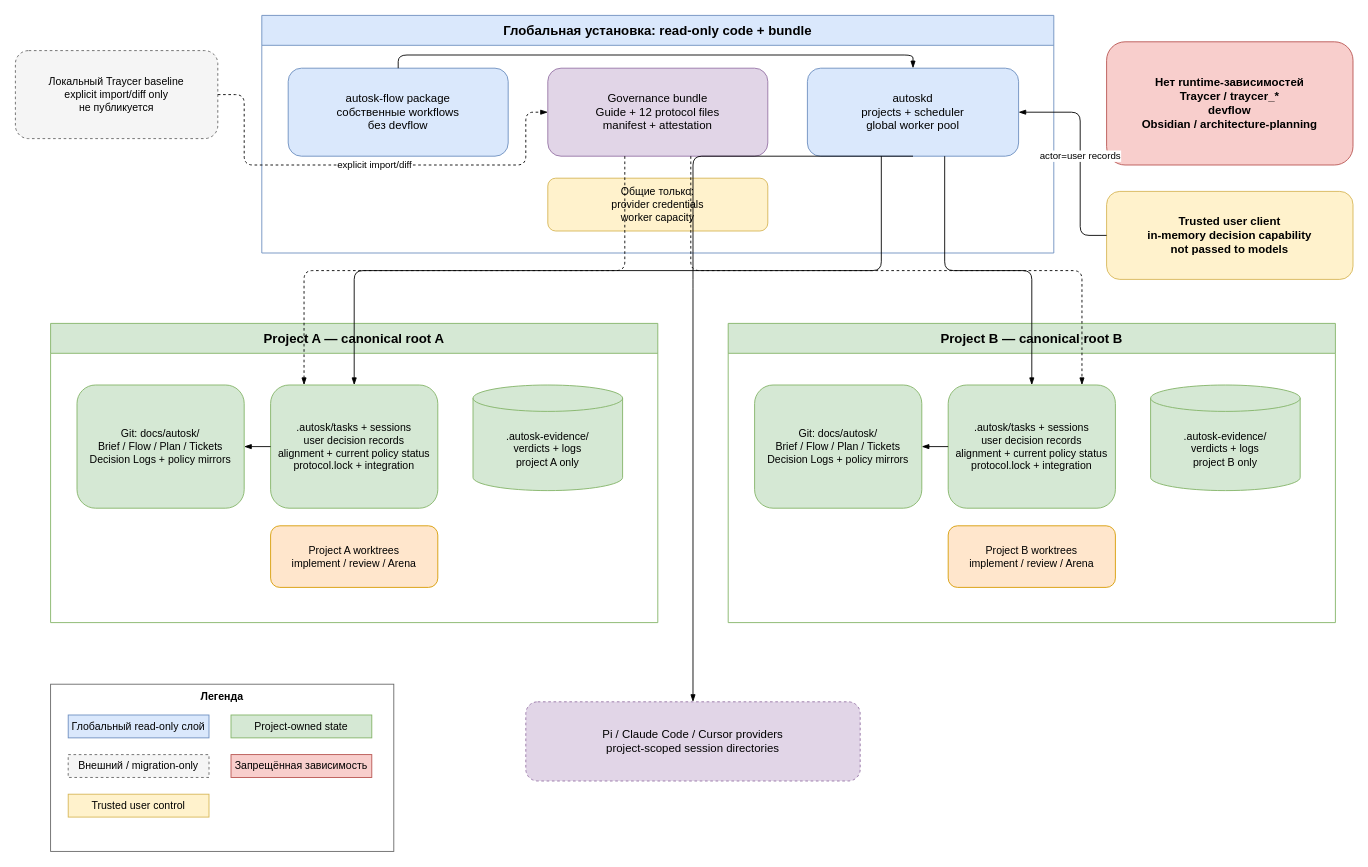
Valeron2206/autosk-traycer-flow keeps this draw.io diagram as page "Multi-project architecture" (2 of 2) of diagrams/autosk-flow.drawio. Above is the earlier version. Source tidied: cells renumbered, new cells numbered last; positions are measured from the earlier drawing's top-left corner, leaving out a move shared by most shapes. Both pictures are drawn from the tidied source at 88%, with x=0, y=0 at pixel (15, 15).
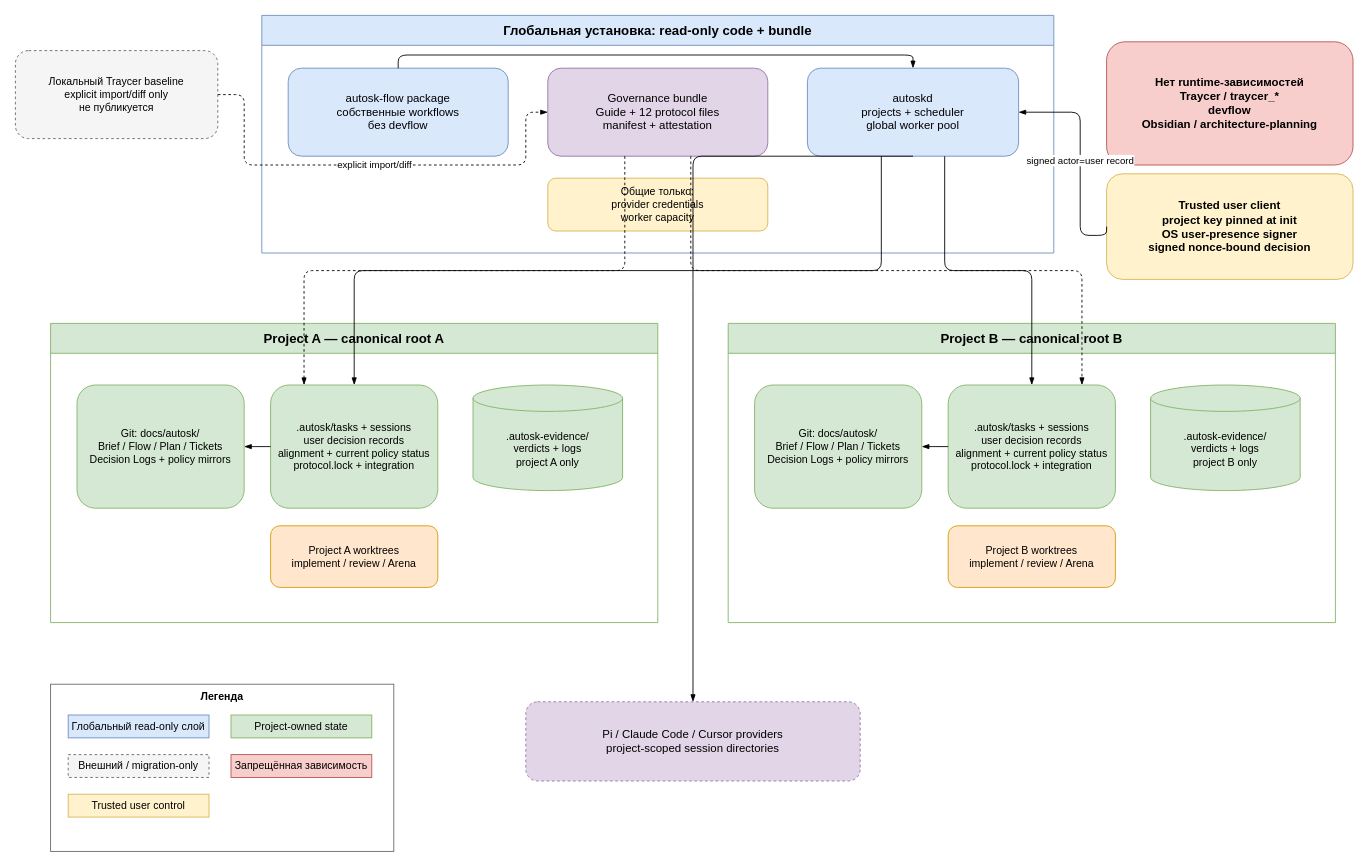
Above is the later version.

Commit message (it also covers changes not shown here):
docs(flow): close panel authority gaps

The change refers to these unchanged cells:
```xml
<mxCell id="5" value="autoskd&#10;projects + scheduler&#10;global worker pool" style="rounded=1;whiteSpace=wrap;html=1;fillColor=#dae8fc;strokeColor=#6c8ebf;fontSize=13;" parent="2" vertex="1">
  <mxGeometry x="620" y="60" width="240" height="100" as="geometry" />
</mxCell>
```

What changed in the source:
```diff
@@
-    <mxCell id="9" value="Trusted user client&#10;in-memory decision capability&#10;not passed to models" style="rounded=1;whiteSpace=wrap;html=1;fillColor=#fff2cc;strokeColor=#d6b656;fontStyle=1;fontSize=13;" parent="1" vertex="1">
-      <mxGeometry x="1240" y="200" width="280" height="100" as="geometry" />
+    <mxCell id="9" value="Trusted user client&#10;project key pinned at init&#10;OS user-presence signer&#10;signed nonce-bound decision" style="rounded=1;whiteSpace=wrap;html=1;fillColor=#fff2cc;strokeColor=#d6b656;fontStyle=1;fontSize=13;" parent="1" vertex="1">
+      <mxGeometry x="1240" y="180" width="280" height="120" as="geometry" />
     </mxCell>
@@
-    <mxCell id="34" value="actor=user records" style="edgeStyle=orthogonalEdgeStyle;rounded=1;jettySize=auto;html=1;endArrow=blockThin;endFill=1;labelBackgroundColor=#ffffff;exitX=0;exitY=0.5;entryX=1;entryY=0.5;" parent="1" edge="1" source="9" target="5">
+    <mxCell id="34" value="signed actor=user record" style="edgeStyle=orthogonalEdgeStyle;rounded=1;jettySize=auto;html=1;endArrow=blockThin;endFill=1;labelBackgroundColor=#ffffff;exitX=0;exitY=0.5;entryX=1;entryY=0.5;" parent="1" edge="1" source="9" target="5">
       <mxGeometry relative="1" as="geometry">
         <Array as="points">
           <mxPoint x="1210" y="250" />
           <mxPoint x="1210" y="110" />
         </Array>
       </mxGeometry>
     </mxCell>
```
